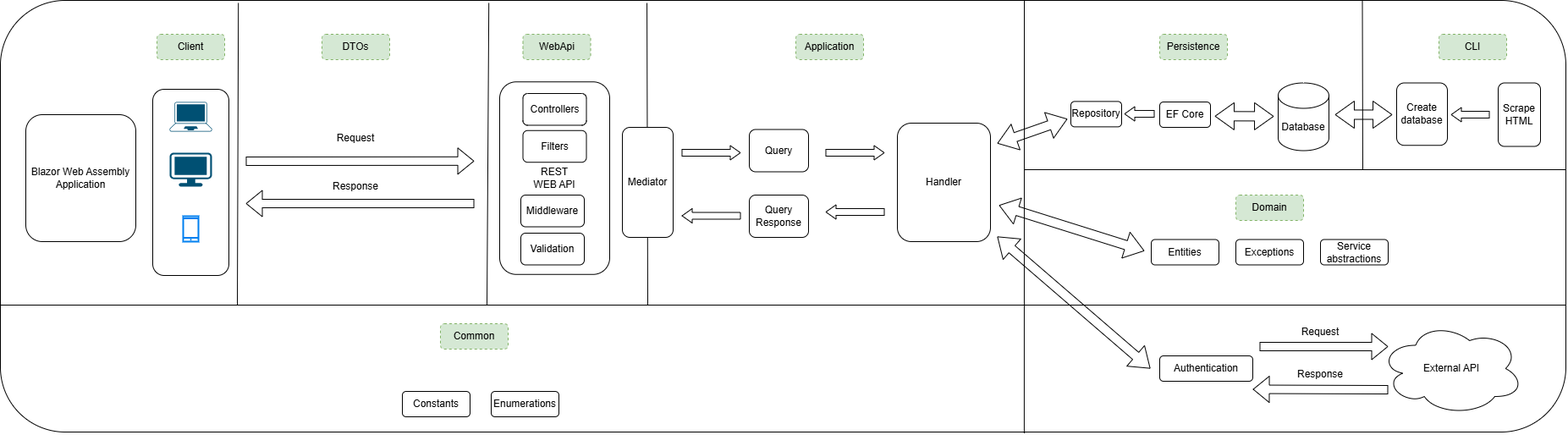
Earlier version of the draw.io export documentation/images/architecture/logical-architecture.png (nizanixi/flight-scanner). Source tidied: cells renumbered, new cells last; positions are measured from the earlier drawing's top-left corner, leaving out a move shared by most shapes.
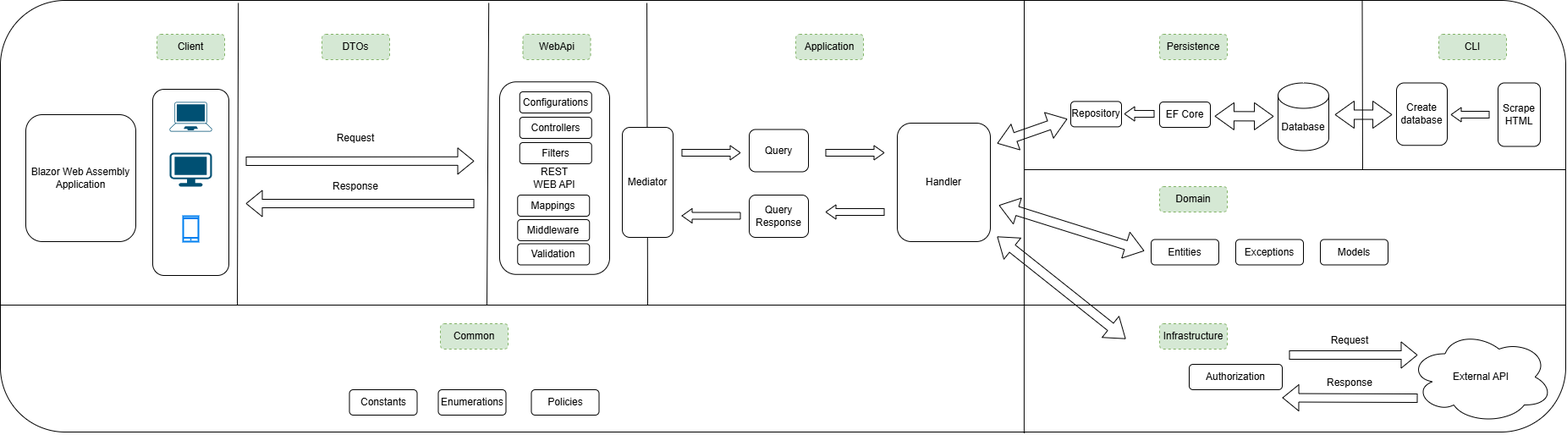
The same diagram one commit later.

Commit message:
Update README.md according to latest changes in architecture

Diff of the diagram source:
```diff
@@ -124,12 +124,12 @@
       </mxGeometry>
     </mxCell>
     <mxCell id="31" value="Domain" style="rounded=1;whiteSpace=wrap;html=1;dashed=1;fillColor=#d5e8d4;strokeColor=#82b366;" parent="1" vertex="1">
-      <mxGeometry x="1460" y="230" width="80" height="30" as="geometry" />
+      <mxGeometry x="1370" y="220" width="80" height="30" as="geometry" />
     </mxCell>
     <mxCell id="32" value="Entities" style="rounded=1;whiteSpace=wrap;html=1;" parent="1" vertex="1">
       <mxGeometry x="1360" y="282.5" width="80" height="30" as="geometry" />
     </mxCell>
-    <mxCell id="33" value="Service abstractions" style="rounded=1;whiteSpace=wrap;html=1;" parent="1" vertex="1">
+    <mxCell id="33" value="Models" style="rounded=1;whiteSpace=wrap;html=1;" parent="1" vertex="1">
       <mxGeometry x="1560" y="282.5" width="80" height="30" as="geometry" />
     </mxCell>
     <mxCell id="34" style="endArrow=none;html=1;" parent="1" edge="1">
@@ -142,16 +142,16 @@
       <mxGeometry x="520" y="382" width="80" height="30" as="geometry" />
     </mxCell>
     <mxCell id="36" value="Constants" style="rounded=1;whiteSpace=wrap;html=1;" parent="1" vertex="1">
-      <mxGeometry x="475" y="462" width="80" height="30" as="geometry" />
+      <mxGeometry x="412.5" y="460" width="80" height="30" as="geometry" />
     </mxCell>
     <mxCell id="37" value="Enumerations" style="rounded=1;whiteSpace=wrap;html=1;" parent="1" vertex="1">
-      <mxGeometry x="580" y="462" width="80" height="30" as="geometry" />
+      <mxGeometry x="517.5" y="460" width="80" height="30" as="geometry" />
     </mxCell>
-    <mxCell id="38" value="Middleware" style="rounded=1;whiteSpace=wrap;html=1;" parent="1" vertex="1">
-      <mxGeometry x="615" y="230" width="75" height="37.5" as="geometry" />
+    <mxCell id="38" value="Mappings" style="rounded=1;whiteSpace=wrap;html=1;" parent="1" vertex="1">
+      <mxGeometry x="611.2" y="230" width="85" height="25" as="geometry" />
     </mxCell>
-    <mxCell id="39" value="Controllers" style="rounded=1;whiteSpace=wrap;html=1;" parent="1" vertex="1">
-      <mxGeometry x="617.5" y="110" width="75" height="37.5" as="geometry" />
+    <mxCell id="39" value="Configurations" style="rounded=1;whiteSpace=wrap;html=1;" parent="1" vertex="1">
+      <mxGeometry x="613.8" y="108" width="85" height="25" as="geometry" />
     </mxCell>
     <mxCell id="40" value="Client" style="rounded=1;whiteSpace=wrap;html=1;dashed=1;fillColor=#d5e8d4;strokeColor=#82b366;" parent="1" vertex="1">
       <mxGeometry x="185" y="40" width="80" height="30" as="geometry" />
@@ -211,40 +211,52 @@
       <mxGeometry x="1460" y="282.5" width="80" height="30" as="geometry" />
     </mxCell>
     <mxCell id="54" value="Filters" style="rounded=1;whiteSpace=wrap;html=1;" parent="1" vertex="1">
-      <mxGeometry x="617.5" y="153.8" width="75" height="37.5" as="geometry" />
+      <mxGeometry x="613.8" y="168" width="85" height="25" as="geometry" />
     </mxCell>
     <mxCell id="55" value="Validation" style="rounded=1;whiteSpace=wrap;html=1;" parent="1" vertex="1">
-      <mxGeometry x="615" y="275" width="75" height="37.5" as="geometry" />
+      <mxGeometry x="611.2" y="287.5" width="85" height="25" as="geometry" />
     </mxCell>
     <mxCell id="56" value="External API" style="ellipse;shape=cloud;whiteSpace=wrap;html=1;" parent="1" vertex="1">
-      <mxGeometry x="1630" y="380" width="170" height="110" as="geometry" />
+      <mxGeometry x="1665" y="390" width="170" height="110" as="geometry" />
     </mxCell>
     <mxCell id="57" style="shape=flexArrow;endArrow=classic;startArrow=classic;html=1;width=11.03448275862069;startSize=7.151724137931034;endSize=7.151724137931034;" parent="1" edge="1">
       <mxGeometry relative="1" as="geometry">
         <mxPoint x="1178" y="279" as="sourcePoint" />
-        <mxPoint x="1359" y="435" as="targetPoint" />
+        <mxPoint x="1330" y="400" as="targetPoint" />
       </mxGeometry>
     </mxCell>
-    <mxCell id="58" value="Authentication" style="rounded=1;whiteSpace=wrap;html=1;" parent="1" vertex="1">
-      <mxGeometry x="1370" y="420" width="110" height="30" as="geometry" />
+    <mxCell id="58" value="Authorization" style="rounded=1;whiteSpace=wrap;html=1;" parent="1" vertex="1">
+      <mxGeometry x="1405" y="430" width="110" height="30" as="geometry" />
     </mxCell>
     <mxCell id="59" value="Request" style="text;html=1;strokeColor=none;fillColor=none;align=center;verticalAlign=middle;whiteSpace=wrap;rounded=0;" parent="1" vertex="1">
-      <mxGeometry x="1530" y="382" width="60" height="20" as="geometry" />
+      <mxGeometry x="1565" y="392" width="60" height="20" as="geometry" />
     </mxCell>
     <mxCell id="60" style="shape=flexArrow;endArrow=classic;html=1;" parent="1" edge="1">
       <mxGeometry relative="1" as="geometry">
-        <mxPoint x="1488" y="409" as="sourcePoint" />
-        <mxPoint x="1640" y="409" as="targetPoint" />
+        <mxPoint x="1523" y="419" as="sourcePoint" />
+        <mxPoint x="1675" y="419" as="targetPoint" />
       </mxGeometry>
     </mxCell>
     <mxCell id="61" value="Response" style="text;html=1;strokeColor=none;fillColor=none;align=center;verticalAlign=middle;whiteSpace=wrap;rounded=0;" parent="1" vertex="1">
-      <mxGeometry x="1530" y="432" width="60" height="20" as="geometry" />
+      <mxGeometry x="1565" y="442" width="60" height="20" as="geometry" />
     </mxCell>
     <mxCell id="62" style="shape=flexArrow;endArrow=classic;html=1;" parent="1" edge="1">
       <mxGeometry relative="1" as="geometry">
-        <mxPoint x="1640" y="460" as="sourcePoint" />
-        <mxPoint x="1480" y="459.5" as="targetPoint" />
+        <mxPoint x="1675" y="470" as="sourcePoint" />
+        <mxPoint x="1515" y="469.5" as="targetPoint" />
       </mxGeometry>
     </mxCell>
+    <mxCell id="63" value="Policies" style="rounded=1;whiteSpace=wrap;html=1;" parent="1" vertex="1">
+      <mxGeometry x="627.5" y="460" width="80" height="30" as="geometry" />
+    </mxCell>
+    <mxCell id="64" value="Infrastructure" style="rounded=1;whiteSpace=wrap;html=1;dashed=1;fillColor=#d5e8d4;strokeColor=#82b366;" parent="1" vertex="1">
+      <mxGeometry x="1370" y="382" width="80" height="30" as="geometry" />
+    </mxCell>
+    <mxCell id="65" value="Controllers" style="rounded=1;whiteSpace=wrap;html=1;" parent="1" vertex="1">
+      <mxGeometry x="613.8" y="138" width="85" height="25" as="geometry" />
+    </mxCell>
+    <mxCell id="66" value="Middleware" style="rounded=1;whiteSpace=wrap;html=1;" parent="1" vertex="1">
+      <mxGeometry x="611.2" y="259" width="85" height="25" as="geometry" />
+    </mxCell>
   </root>
 </mxGraphModel>
```
